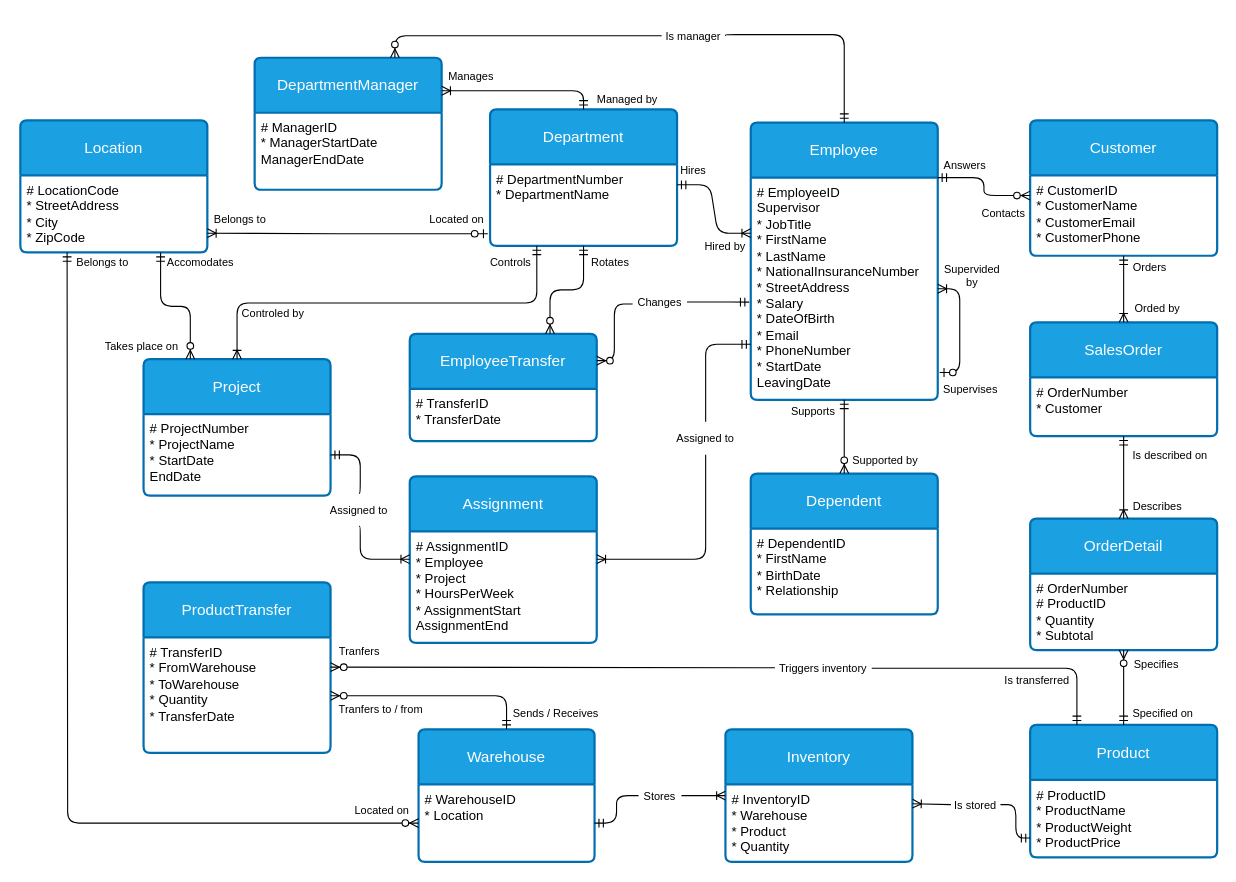
The draw.io diagram diagrams/ERD.drawio in anacletu/company_model_database, before the edit. Source tidied: cells renumbered, new cells numbered last; positions are measured from the earlier drawing's top-left corner, leaving out a move shared by most shapes. Both pictures are drawn from the tidied source at 110%, with x=0, y=0 at pixel (20, 19).
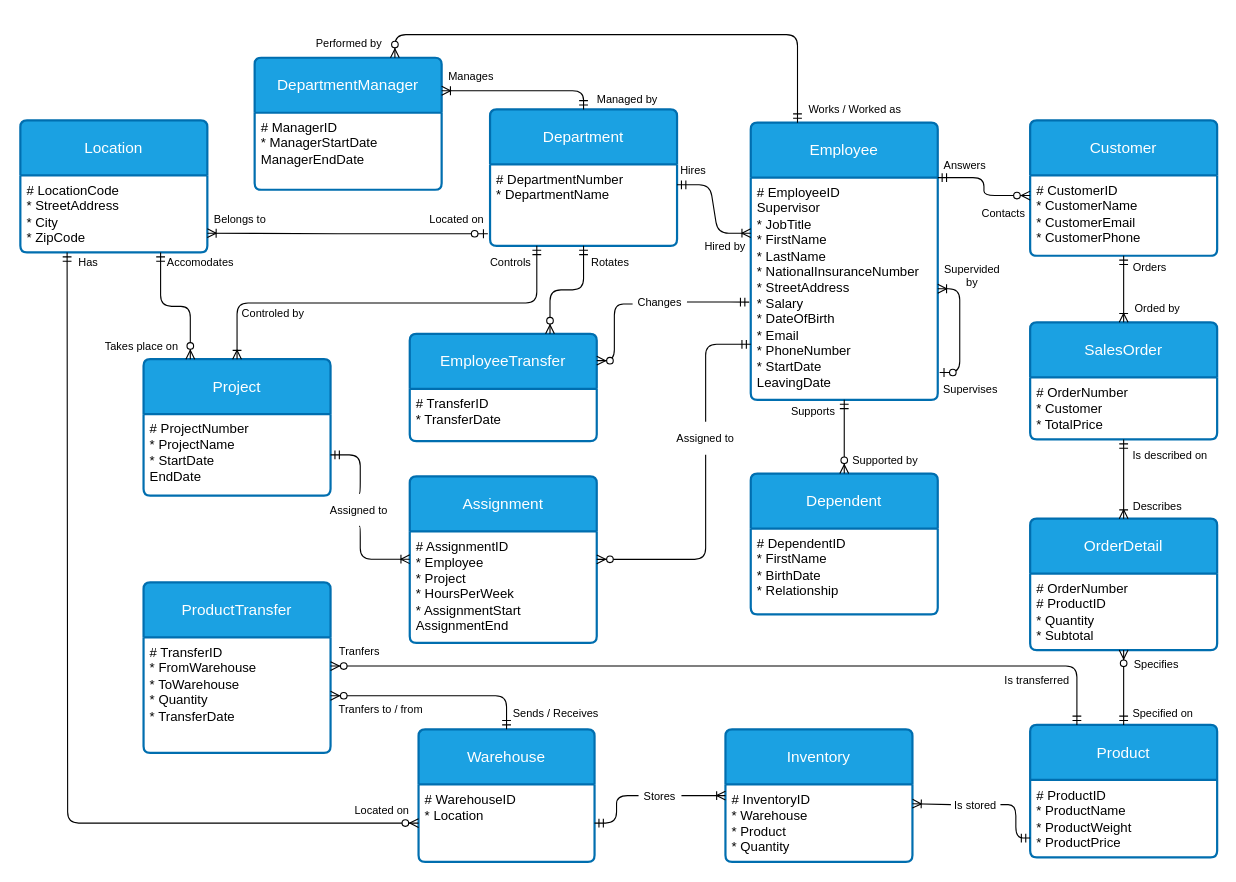
The same page after the edit.

Commit message:
Addition of new arguments to the ERD

The change refers to these unchanged cells:
```xml
<mxCell id="6" value="Employee" style="swimlane;horizontal=1;startSize=50;rounded=1;fontSize=14;fontStyle=0;strokeWidth=2;shadow=0;dashed=0;align=center;arcSize=4;whiteSpace=wrap;html=1;fillColor=#1ba1e2;strokeColor=#006EAF;fontColor=#ffffff;" parent="1" vertex="1">
  <mxGeometry x="664" y="94" width="170" height="252" as="geometry" />
</mxCell>
<mxCell id="13" value="Product" style="swimlane;horizontal=1;startSize=50;rounded=1;fontSize=14;fontStyle=0;strokeWidth=2;shadow=0;dashed=0;align=center;arcSize=4;whiteSpace=wrap;html=1;fillColor=#1ba1e2;strokeColor=#006EAF;fontColor=#ffffff;" parent="1" vertex="1">
  <mxGeometry x="918" y="641.5" width="170" height="120.5" as="geometry" />
</mxCell>
<mxCell id="24" value="&lt;div&gt;# AssignmentID&lt;/div&gt;&lt;div&gt;* Employee&lt;/div&gt;&lt;div&gt;* Project&lt;/div&gt;&lt;div&gt;* HoursPerWeek&lt;/div&gt;&lt;div&gt;* AssignmentStart&lt;/div&gt;&lt;div&gt;AssignmentEnd&lt;/div&gt;" style="align=left;strokeColor=none;fillColor=none;spacingLeft=4;fontSize=12;verticalAlign=top;html=1;" parent="23" vertex="1">
  <mxGeometry y="50" width="170" height="101.5" as="geometry" />
</mxCell>
<mxCell id="30" value="&lt;div&gt;# TransferID&lt;/div&gt;&lt;div&gt;* FromWarehouse&lt;/div&gt;&lt;div&gt;* ToWarehouse&lt;/div&gt;&lt;div&gt;* Quantity&lt;/div&gt;&lt;div&gt;* TransferDate&lt;/div&gt;&lt;div&gt;&lt;br&gt;&lt;/div&gt;" style="align=left;strokeColor=none;fillColor=none;spacingLeft=4;fontSize=12;verticalAlign=top;html=1;" parent="29" vertex="1">
  <mxGeometry y="50" width="170" height="105" as="geometry" />
</mxCell>
<mxCell id="47" value="Assigned to" style="text;html=1;align=center;verticalAlign=middle;whiteSpace=wrap;rounded=0;labelBackgroundColor=none;labelBorderColor=none;fontSize=10;" parent="1" vertex="1">
  <mxGeometry x="593" y="366" width="60" height="30" as="geometry" />
</mxCell>
<mxCell id="77" value="DepartmentManager" style="swimlane;horizontal=1;startSize=50;rounded=1;fontSize=14;fontStyle=0;strokeWidth=2;shadow=0;dashed=0;align=center;arcSize=4;whiteSpace=wrap;html=1;fillColor=#1ba1e2;strokeColor=#006EAF;fontColor=#ffffff;" parent="1" vertex="1">
  <mxGeometry x="213" y="35" width="170" height="120" as="geometry" />
</mxCell>
```

What changed in the source:
```diff
@@
     <mxCell id="15" value="SalesOrder" style="swimlane;horizontal=1;startSize=50;rounded=1;fontSize=14;fontStyle=0;strokeWidth=2;shadow=0;dashed=0;align=center;arcSize=4;whiteSpace=wrap;html=1;fillColor=#1ba1e2;strokeColor=#006EAF;fontColor=#ffffff;" parent="1" vertex="1">
-      <mxGeometry x="918" y="275.5" width="170" height="103.5" as="geometry" />
+      <mxGeometry x="918" y="275.5" width="170" height="106.5" as="geometry" />
     </mxCell>
-    <mxCell id="16" value="&lt;div&gt;# OrderNumber&lt;/div&gt;&lt;div&gt;* Customer&lt;/div&gt;" style="align=left;strokeColor=none;fillColor=none;spacingLeft=4;fontSize=12;verticalAlign=top;html=1;" parent="15" vertex="1">
-      <mxGeometry y="50" width="170" height="53.5" as="geometry" />
+    <mxCell id="16" value="&lt;div&gt;# OrderNumber&lt;/div&gt;&lt;div&gt;* Customer&lt;/div&gt;&lt;div&gt;* TotalPrice&lt;/div&gt;" style="align=left;strokeColor=none;fillColor=none;spacingLeft=4;fontSize=12;verticalAlign=top;html=1;" parent="15" vertex="1">
+      <mxGeometry y="50" width="170" height="56.5" as="geometry" />
     </mxCell>
@@
-    <mxCell id="43" style="edgeStyle=orthogonalEdgeStyle;fontSize=12;html=1;endArrow=ERoneToMany;startArrow=none;fontColor=#000000;exitX=0.5;exitY=1;exitDx=0;exitDy=0;entryX=1;entryY=0.25;entryDx=0;entryDy=0;" parent="1" edge="1" source="47" target="24">
-      <mxGeometry relative="1" as="geometry" />
-    </mxCell>
@@
-    <mxCell id="60" style="fontSize=12;html=1;endArrow=ERzeroToMany;startArrow=none;fontColor=#FFFFFF;entryX=1;entryY=0.25;entryDx=0;entryDy=0;exitX=0;exitY=0.5;exitDx=0;exitDy=0;edgeStyle=elbowEdgeStyle;elbow=vertical;" parent="1" edge="1" source="75" target="30">
-      <mxGeometry relative="1" as="geometry" />
-    </mxCell>
-    <mxCell id="61" value="Belongs to" style="text;html=1;align=center;verticalAlign=middle;whiteSpace=wrap;rounded=0;labelBackgroundColor=none;labelBorderColor=none;fontSize=10;" parent="1" vertex="1">
-      <mxGeometry x="45" y="206" width="60" height="30" as="geometry" />
+    <mxCell id="61" value="Has" style="text;html=1;align=center;verticalAlign=middle;whiteSpace=wrap;rounded=0;labelBackgroundColor=none;labelBorderColor=none;fontSize=10;" parent="1" vertex="1">
+      <mxGeometry x="32" y="206" width="60" height="30" as="geometry" />
     </mxCell>
@@
-    <mxCell id="74" style="fontSize=12;html=1;endArrow=none;startArrow=ERmandOne;fontColor=#FFFFFF;exitX=0.25;exitY=0;exitDx=0;exitDy=0;entryX=1;entryY=0.5;entryDx=0;entryDy=0;edgeStyle=elbowEdgeStyle;elbow=vertical;" parent="1" edge="1" source="13" target="75">
-      <mxGeometry relative="1" as="geometry">
-        <Array as="points">
-          <mxPoint x="867" y="590" />
-        </Array>
-      </mxGeometry>
-    </mxCell>
-    <mxCell id="75" value="Triggers inventory" style="text;html=1;align=center;verticalAlign=middle;whiteSpace=wrap;rounded=0;labelBackgroundColor=none;labelBorderColor=none;fontSize=10;" parent="1" vertex="1">
-      <mxGeometry x="686" y="574.5" width="88" height="30" as="geometry" />
-    </mxCell>
@@
-    <mxCell id="85" style="fontSize=12;html=1;endArrow=ERzeroToMany;startArrow=none;fontColor=#FFFFFF;entryX=0.75;entryY=0;entryDx=0;entryDy=0;edgeStyle=elbowEdgeStyle;elbow=vertical;exitX=0;exitY=0.5;exitDx=0;exitDy=0;" parent="1" edge="1" source="87" target="77">
-      <mxGeometry relative="1" as="geometry">
-        <Array as="points">
-          <mxPoint x="470" y="15" />
-        </Array>
-      </mxGeometry>
-    </mxCell>
-    <mxCell id="86" style="fontSize=12;html=1;endArrow=none;startArrow=ERmandOne;fontColor=#FFFFFF;entryX=1;entryY=0.5;entryDx=0;entryDy=0;exitX=0.5;exitY=0;exitDx=0;exitDy=0;edgeStyle=elbowEdgeStyle;elbow=vertical;" parent="1" edge="1" source="6" target="87">
-      <mxGeometry relative="1" as="geometry">
-        <Array as="points">
-          <mxPoint x="699" y="14" />
-        </Array>
-      </mxGeometry>
-    </mxCell>
-    <mxCell id="87" value="Is manager" style="text;html=1;align=center;verticalAlign=middle;whiteSpace=wrap;rounded=0;labelBackgroundColor=none;labelBorderColor=none;fontSize=10;" parent="1" vertex="1">
-      <mxGeometry x="583" width="58" height="30" as="geometry" />
-    </mxCell>
@@
+    <mxCell id="96" style="edgeStyle=elbowEdgeStyle;fontSize=12;html=1;endArrow=ERzeroToMany;startArrow=ERmandOne;fontColor=#FFFFFF;elbow=vertical;exitX=0.25;exitY=0;exitDx=0;exitDy=0;entryX=1;entryY=0.25;entryDx=0;entryDy=0;" parent="1" edge="1" source="13" target="30">
+      <mxGeometry relative="1" as="geometry">
+        <Array as="points">
+          <mxPoint x="625" y="588" />
+        </Array>
+      </mxGeometry>
+    </mxCell>
+    <mxCell id="97" style="edgeStyle=elbowEdgeStyle;fontSize=12;html=1;endArrow=ERzeroToMany;startArrow=ERmandOne;fontColor=#FFFFFF;elbow=vertical;exitX=0.25;exitY=0;exitDx=0;exitDy=0;entryX=0.75;entryY=0;entryDx=0;entryDy=0;" parent="1" edge="1" source="6" target="77">
+      <mxGeometry relative="1" as="geometry">
+        <Array as="points">
+          <mxPoint x="532" y="14" />
+        </Array>
+      </mxGeometry>
+    </mxCell>
+    <mxCell id="98" value="Works / Worked as" style="text;html=1;align=center;verticalAlign=middle;whiteSpace=wrap;rounded=0;labelBackgroundColor=none;labelBorderColor=none;fontSize=10;" parent="1" vertex="1">
+      <mxGeometry x="714" y="67" width="90" height="30" as="geometry" />
+    </mxCell>
+    <mxCell id="99" value="Performed by" style="text;html=1;align=center;verticalAlign=middle;whiteSpace=wrap;rounded=0;labelBackgroundColor=none;labelBorderColor=none;fontSize=10;" parent="1" vertex="1">
+      <mxGeometry x="253.5" y="7" width="90" height="30" as="geometry" />
+    </mxCell>
+    <mxCell id="43" style="edgeStyle=elbowEdgeStyle;fontSize=12;html=1;endArrow=ERzeroToMany;endFill=1;fontColor=#FFFFFF;elbow=vertical;entryX=1;entryY=0.25;entryDx=0;entryDy=0;exitX=0.5;exitY=1;exitDx=0;exitDy=0;" parent="1" edge="1" source="47" target="24">
+      <mxGeometry relative="1" as="geometry">
+        <Array as="points">
+          <mxPoint x="580" y="491" />
+        </Array>
+      </mxGeometry>
+    </mxCell>
```
